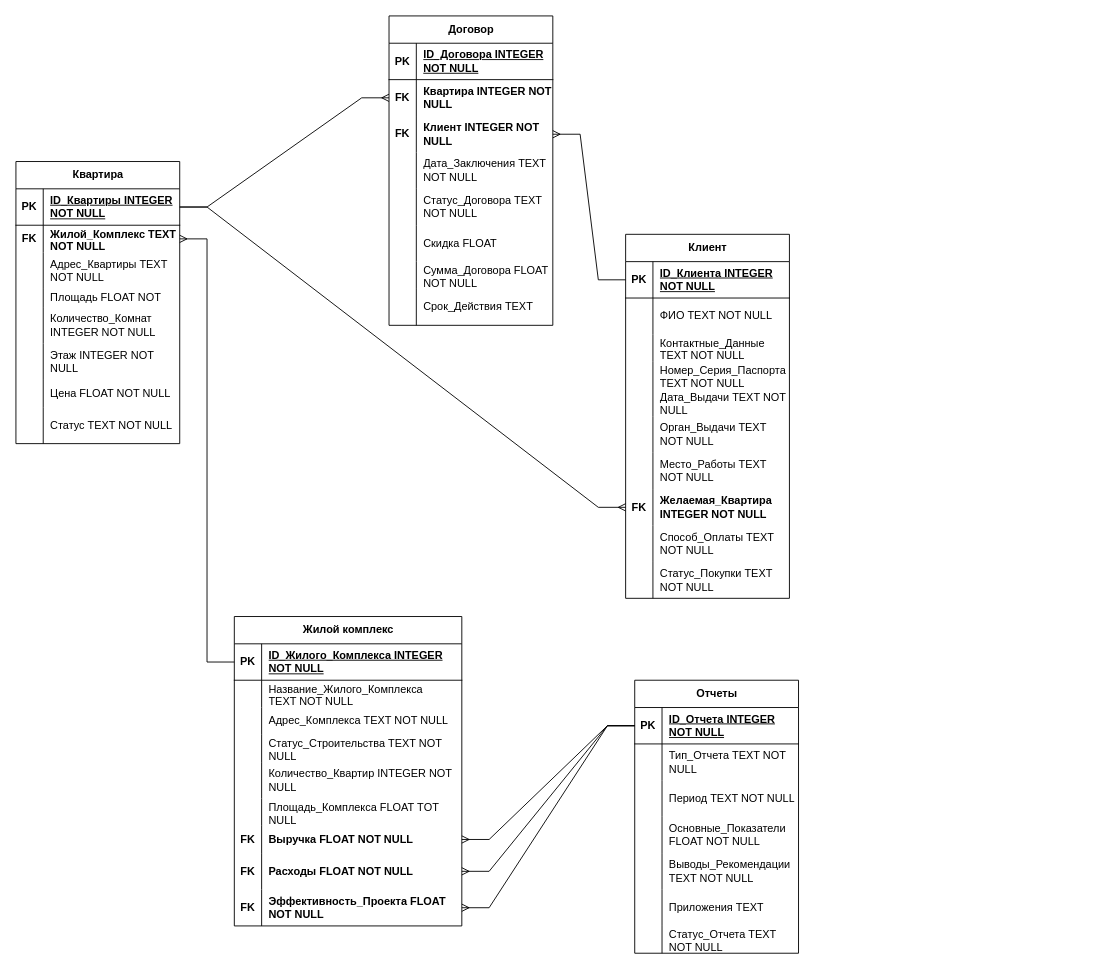
Before: ER_Продажи_KRYUKOV_SAVELIY.drawio in half-crazyyy/DBMS_MIPT, a draw.io diagram. Source tidied: cells renumbered, new cells numbered last; positions are measured from the earlier drawing's top-left corner, leaving out a move shared by most shapes. Both pictures are drawn from the tidied source at 91%, with x=0, y=0 at pixel (15, 15).
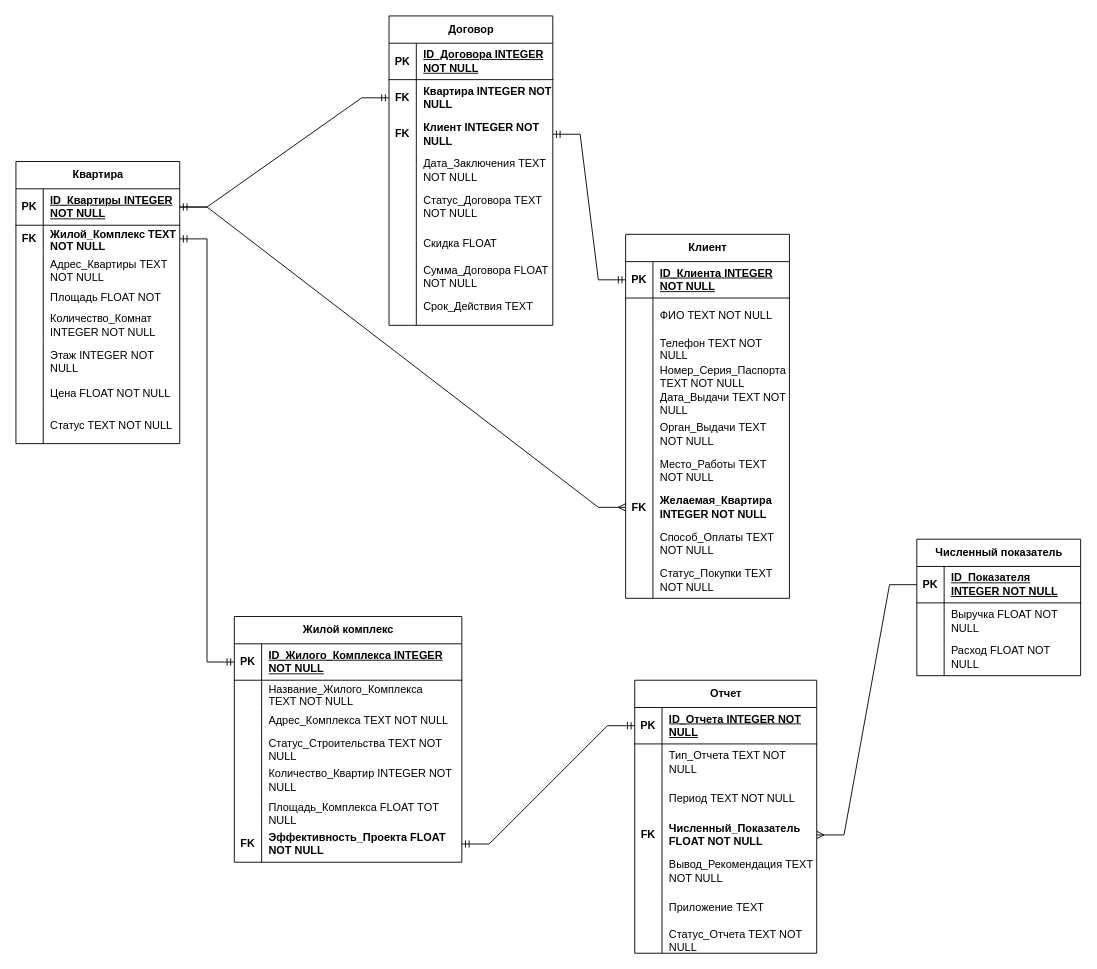
After the change.

Commit message (it also covers changes not shown here):
fixed Documentation to project and ER diagramm, added 16 problems on SQL

Unchanged cells that the change refers to:
```xml
<mxCell id="3" style="shape=tableRow;horizontal=0;startSize=0;swimlaneHead=0;swimlaneBody=0;fillColor=none;points=[[0,0.5],[1,0.5]];portConstraint=eastwest;top=0;left=0;right=0;bottom=1;" parent="2" vertex="1">
  <mxGeometry y="30" width="180" height="40" as="geometry" />
</mxCell>
<mxCell id="6" style="shape=tableRow;horizontal=0;startSize=0;swimlaneHead=0;swimlaneBody=0;fillColor=none;points=[[0,0.5],[1,0.5]];portConstraint=eastwest;top=0;left=0;right=0;bottom=0;" parent="2" vertex="1">
  <mxGeometry y="70" width="180" height="30" as="geometry" />
</mxCell>
<mxCell id="28" style="shape=tableRow;horizontal=0;startSize=0;swimlaneHead=0;swimlaneBody=0;fillColor=none;points=[[0,0.5],[1,0.5]];portConstraint=eastwest;top=0;left=0;right=0;bottom=1;" parent="27" vertex="1">
  <mxGeometry y="30" width="180" height="40" as="geometry" />
</mxCell>
<mxCell id="34" style="shape=tableRow;horizontal=0;startSize=0;swimlaneHead=0;swimlaneBody=0;fillColor=none;top=0;left=0;right=0;bottom=0;" parent="27" vertex="1">
  <mxGeometry y="110" width="180" height="30" as="geometry" />
</mxCell>
<mxCell id="49" style="shape=tableRow;horizontal=0;startSize=0;swimlaneHead=0;swimlaneBody=0;fillColor=none;points=[[0,0.5],[1,0.5]];portConstraint=eastwest;top=0;left=0;right=0;bottom=0;" parent="27" vertex="1">
  <mxGeometry y="280" width="180" height="40" as="geometry" />
</mxCell>
<mxCell id="81" style="shape=tableRow;horizontal=0;startSize=0;swimlaneHead=0;swimlaneBody=0;fillColor=none;points=[[0,0.5],[1,0.5]];portConstraint=eastwest;top=0;left=0;right=0;bottom=1;" parent="80" vertex="1">
  <mxGeometry y="30" width="250" height="40" as="geometry" />
</mxCell>
<mxCell id="112" style="shape=tableRow;horizontal=0;startSize=0;swimlaneHead=0;swimlaneBody=0;fillColor=none;points=[[0,0.5],[1,0.5]];portConstraint=eastwest;top=0;left=0;right=0;bottom=0;" parent="108" vertex="1">
  <mxGeometry y="70" width="180" height="40" as="geometry" />
</mxCell>
<mxCell id="115" style="shape=tableRow;horizontal=0;startSize=0;swimlaneHead=0;swimlaneBody=0;fillColor=none;points=[[0,0.5],[1,0.5]];portConstraint=eastwest;top=0;left=0;right=0;bottom=0;" parent="108" vertex="1">
  <mxGeometry y="110" width="180" height="40" as="geometry" />
</mxCell>
```

What changed in the source:
```diff
@@
-    <mxCell id="36" value="&lt;span style=&quot;font-weight: 400;&quot;&gt;Контактные_Данные TEXT NOT NULL&amp;nbsp;&lt;/span&gt;" style="shape=partialRectangle;fillColor=none;top=0;left=0;bottom=0;right=0;align=left;spacingLeft=6;overflow=hidden;whiteSpace=wrap;html=1;fontStyle=1;" parent="34" vertex="1">
+    <mxCell id="36" value="&lt;span style=&quot;font-weight: 400;&quot;&gt;Телефон TEXT NOT NULL&amp;nbsp;&lt;/span&gt;" style="shape=partialRectangle;fillColor=none;top=0;left=0;bottom=0;right=0;align=left;spacingLeft=6;overflow=hidden;whiteSpace=wrap;html=1;fontStyle=1;" parent="34" vertex="1">
       <mxGeometry x="30" width="150" height="30" as="geometry" />
     </mxCell>
@@
-    <mxCell id="58" value="Отчеты" style="shape=table;startSize=30;childLayout=tableLayout;rowLines=0;fontStyle=1;align=center;html=1;" parent="1" vertex="1">
-      <mxGeometry x="680" y="730" width="180" height="300" as="geometry" />
+    <mxCell id="58" value="Отчет" style="shape=table;startSize=30;childLayout=tableLayout;rowLines=0;fontStyle=1;align=center;html=1;" parent="1" vertex="1">
+      <mxGeometry x="680" y="730" width="200" height="300" as="geometry" />
     </mxCell>
     <mxCell id="59" style="shape=tableRow;horizontal=0;startSize=0;swimlaneHead=0;swimlaneBody=0;fillColor=none;points=[[0,0.5],[1,0.5]];portConstraint=eastwest;top=0;left=0;right=0;bottom=1;" parent="58" vertex="1">
-      <mxGeometry y="30" width="180" height="40" as="geometry" />
+      <mxGeometry y="30" width="200" height="40" as="geometry" />
     </mxCell>
@@
     <mxCell id="61" value="ID_Отчета INTEGER NOT NULL" style="shape=partialRectangle;fillColor=none;top=0;left=0;bottom=0;right=0;align=left;spacingLeft=6;fontStyle=5;overflow=hidden;whiteSpace=wrap;html=1;" parent="59" vertex="1">
-      <mxGeometry x="30" width="150" height="40" as="geometry" />
+      <mxGeometry x="30" width="170" height="40" as="geometry" />
     </mxCell>
     <mxCell id="62" style="shape=tableRow;horizontal=0;startSize=0;swimlaneHead=0;swimlaneBody=0;fillColor=none;top=0;left=0;right=0;bottom=0;" parent="58" vertex="1">
-      <mxGeometry y="70" width="180" height="40" as="geometry" />
+      <mxGeometry y="70" width="200" height="40" as="geometry" />
     </mxCell>
@@
     <mxCell id="64" value="Тип_Отчета TEXT NOT NULL" style="shape=partialRectangle;fillColor=none;top=0;left=0;bottom=0;right=0;align=left;spacingLeft=6;overflow=hidden;whiteSpace=wrap;html=1;fontStyle=0;" parent="62" vertex="1">
-      <mxGeometry x="30" width="150" height="40" as="geometry" />
+      <mxGeometry x="30" width="170" height="40" as="geometry" />
     </mxCell>
     <mxCell id="65" style="shape=tableRow;horizontal=0;startSize=0;swimlaneHead=0;swimlaneBody=0;fillColor=none;top=0;left=0;right=0;bottom=0;" parent="58" vertex="1">
-      <mxGeometry y="110" width="180" height="40" as="geometry" />
+      <mxGeometry y="110" width="200" height="40" as="geometry" />
     </mxCell>
@@
     <mxCell id="67" value="&lt;span style=&quot;font-weight: 400;&quot;&gt;Период TEXT NOT NULL&lt;/span&gt;" style="shape=partialRectangle;fillColor=none;top=0;left=0;bottom=0;right=0;align=left;spacingLeft=6;overflow=hidden;whiteSpace=wrap;html=1;fontStyle=1;" parent="65" vertex="1">
-      <mxGeometry x="30" width="150" height="40" as="geometry" />
+      <mxGeometry x="30" width="170" height="40" as="geometry" />
     </mxCell>
     <mxCell id="68" style="shape=tableRow;horizontal=0;startSize=0;swimlaneHead=0;swimlaneBody=0;fillColor=none;points=[[0,0.5],[1,0.5]];portConstraint=eastwest;top=0;left=0;right=0;bottom=0;" parent="58" vertex="1">
-      <mxGeometry y="150" width="180" height="40" as="geometry" />
+      <mxGeometry y="150" width="200" height="40" as="geometry" />
     </mxCell>
-    <mxCell id="69" style="shape=partialRectangle;fillColor=none;top=0;left=0;bottom=0;right=0;overflow=hidden;whiteSpace=wrap;html=1;" parent="68" vertex="1">
+    <mxCell id="69" value="FK" style="shape=partialRectangle;fillColor=none;top=0;left=0;bottom=0;right=0;overflow=hidden;whiteSpace=wrap;html=1;fontStyle=1;" parent="68" vertex="1">
       <mxGeometry width="30" height="40" as="geometry" />
     </mxCell>
-    <mxCell id="70" value="&lt;span&gt;Основные_Показатели FLOAT NOT NULL&lt;/span&gt;" style="shape=partialRectangle;fillColor=none;top=0;left=0;bottom=0;right=0;align=left;spacingLeft=6;overflow=hidden;whiteSpace=wrap;html=1;fontStyle=0;" parent="68" vertex="1">
-      <mxGeometry x="30" width="150" height="40" as="geometry" />
+    <mxCell id="70" value="&lt;span&gt;Численный_Показатель FLOAT NOT NULL&lt;/span&gt;" style="shape=partialRectangle;fillColor=none;top=0;left=0;bottom=0;right=0;align=left;spacingLeft=6;overflow=hidden;whiteSpace=wrap;html=1;fontStyle=1;" parent="68" vertex="1">
+      <mxGeometry x="30" width="170" height="40" as="geometry" />
     </mxCell>
     <mxCell id="71" style="shape=tableRow;horizontal=0;startSize=0;swimlaneHead=0;swimlaneBody=0;fillColor=none;top=0;left=0;right=0;bottom=0;" parent="58" vertex="1">
-      <mxGeometry y="190" width="180" height="40" as="geometry" />
+      <mxGeometry y="190" width="200" height="40" as="geometry" />
     </mxCell>
@@
-    <mxCell id="73" value="Выводы_Рекомендации TEXT NOT NULL" style="shape=partialRectangle;fillColor=none;top=0;left=0;bottom=0;right=0;align=left;spacingLeft=6;overflow=hidden;whiteSpace=wrap;html=1;" parent="71" vertex="1">
-      <mxGeometry x="30" width="150" height="40" as="geometry" />
+    <mxCell id="73" value="Вывод_Рекомендация TEXT NOT NULL" style="shape=partialRectangle;fillColor=none;top=0;left=0;bottom=0;right=0;align=left;spacingLeft=6;overflow=hidden;whiteSpace=wrap;html=1;" parent="71" vertex="1">
+      <mxGeometry x="30" width="170" height="40" as="geometry" />
     </mxCell>
     <mxCell id="74" style="shape=tableRow;horizontal=0;startSize=0;swimlaneHead=0;swimlaneBody=0;fillColor=none;top=0;left=0;right=0;bottom=0;" parent="58" vertex="1">
-      <mxGeometry y="230" width="180" height="40" as="geometry" />
+      <mxGeometry y="230" width="200" height="40" as="geometry" />
     </mxCell>
@@
-    <mxCell id="76" value="Приложения TEXT" style="shape=partialRectangle;fillColor=none;top=0;left=0;bottom=0;right=0;align=left;spacingLeft=6;overflow=hidden;whiteSpace=wrap;html=1;" parent="74" vertex="1">
-      <mxGeometry x="30" width="150" height="40" as="geometry" />
+    <mxCell id="76" value="Приложение TEXT" style="shape=partialRectangle;fillColor=none;top=0;left=0;bottom=0;right=0;align=left;spacingLeft=6;overflow=hidden;whiteSpace=wrap;html=1;" parent="74" vertex="1">
+      <mxGeometry x="30" width="170" height="40" as="geometry" />
     </mxCell>
     <mxCell id="77" style="shape=tableRow;horizontal=0;startSize=0;swimlaneHead=0;swimlaneBody=0;fillColor=none;top=0;left=0;right=0;bottom=0;" parent="58" vertex="1">
-      <mxGeometry y="270" width="180" height="30" as="geometry" />
+      <mxGeometry y="270" width="200" height="30" as="geometry" />
     </mxCell>
@@
     <mxCell id="79" value="Статус_Отчета TEXT NOT NULL" style="shape=partialRectangle;fillColor=none;top=0;left=0;bottom=0;right=0;align=left;spacingLeft=6;overflow=hidden;whiteSpace=wrap;html=1;" parent="77" vertex="1">
-      <mxGeometry x="30" width="150" height="30" as="geometry" />
+      <mxGeometry x="30" width="170" height="30" as="geometry" />
     </mxCell>
     <mxCell id="80" value="Жилой комплекс" style="shape=table;startSize=30;childLayout=tableLayout;rowLines=0;fontStyle=1;align=center;html=1;" parent="1" vertex="1">
-      <mxGeometry x="240" y="660" width="250" height="340" as="geometry" />
+      <mxGeometry x="240" y="660" width="250" height="270" as="geometry" />
     </mxCell>
@@
-    <mxCell id="99" style="shape=tableRow;horizontal=0;startSize=0;swimlaneHead=0;swimlaneBody=0;fillColor=none;points=[[0,0.5],[1,0.5]];portConstraint=eastwest;top=0;left=0;right=0;bottom=0;" parent="80" vertex="1">
-      <mxGeometry y="230" width="250" height="30" as="geometry" />
-    </mxCell>
-    <mxCell id="100" value="FK" style="shape=partialRectangle;fillColor=none;top=0;left=0;bottom=0;right=0;overflow=hidden;whiteSpace=wrap;html=1;fontStyle=1;" parent="99" vertex="1">
-      <mxGeometry width="30" height="30" as="geometry" />
-    </mxCell>
-    <mxCell id="101" value="Выручка FLOAT NOT NULL" style="shape=partialRectangle;fillColor=none;top=0;left=0;bottom=0;right=0;align=left;spacingLeft=6;overflow=hidden;whiteSpace=wrap;html=1;fontStyle=1;" parent="99" vertex="1">
-      <mxGeometry x="30" width="220" height="30" as="geometry" />
-    </mxCell>
-    <mxCell id="102" style="shape=tableRow;horizontal=0;startSize=0;swimlaneHead=0;swimlaneBody=0;fillColor=none;points=[[0,0.5],[1,0.5]];portConstraint=eastwest;top=0;left=0;right=0;bottom=0;" parent="80" vertex="1">
-      <mxGeometry y="260" width="250" height="40" as="geometry" />
-    </mxCell>
-    <mxCell id="103" value="FK" style="shape=partialRectangle;fillColor=none;top=0;left=0;bottom=0;right=0;overflow=hidden;whiteSpace=wrap;html=1;fontStyle=1;" parent="102" vertex="1">
-      <mxGeometry width="30" height="40" as="geometry" />
-    </mxCell>
-    <mxCell id="104" value="Расходы FLOAT NOT NULL" style="shape=partialRectangle;fillColor=none;top=0;left=0;bottom=0;right=0;align=left;spacingLeft=6;overflow=hidden;whiteSpace=wrap;html=1;fontStyle=1;" parent="102" vertex="1">
-      <mxGeometry x="30" width="220" height="40" as="geometry" />
-    </mxCell>
     <mxCell id="105" style="shape=tableRow;horizontal=0;startSize=0;swimlaneHead=0;swimlaneBody=0;fillColor=none;points=[[0,0.5],[1,0.5]];portConstraint=eastwest;top=0;left=0;right=0;bottom=0;" parent="80" vertex="1">
-      <mxGeometry y="300" width="250" height="40" as="geometry" />
+      <mxGeometry y="230" width="250" height="40" as="geometry" />
     </mxCell>
@@
+    <mxCell id="139" style="edgeStyle=entityRelationEdgeStyle;fontSize=12;html=1;endArrow=ERmany;rounded=0;exitX=1;exitY=0.5;exitDx=0;exitDy=0;entryX=0;entryY=0.5;entryDx=0;entryDy=0;" parent="1" edge="1" source="3" target="49">
+      <mxGeometry relative="1" as="geometry" />
+    </mxCell>
+    <mxCell id="135" style="edgeStyle=entityRelationEdgeStyle;fontSize=12;html=1;endArrow=ERmandOne;startArrow=ERmandOne;rounded=0;entryX=1;entryY=0.5;entryDx=0;entryDy=0;exitX=0;exitY=0.5;exitDx=0;exitDy=0;" parent="1" edge="1" source="81" target="6">
+      <mxGeometry relative="1" as="geometry" />
+    </mxCell>
-    <mxCell id="133" style="edgeStyle=entityRelationEdgeStyle;fontSize=12;html=1;endArrow=ERmany;rounded=0;exitX=1;exitY=0.5;exitDx=0;exitDy=0;entryX=0;entryY=0.5;entryDx=0;entryDy=0;" parent="1" edge="1" source="3" target="112">
+    <mxCell id="133" style="edgeStyle=entityRelationEdgeStyle;fontSize=12;html=1;endArrow=ERmandOne;startArrow=ERmandOne;rounded=0;exitX=1;exitY=0.5;exitDx=0;exitDy=0;entryX=0;entryY=0.5;entryDx=0;entryDy=0;" parent="1" edge="1" source="3" target="112">
       <mxGeometry relative="1" as="geometry" />
     </mxCell>
-    <mxCell id="134" style="edgeStyle=entityRelationEdgeStyle;fontSize=12;html=1;endArrow=ERmany;rounded=0;exitX=0;exitY=0.5;exitDx=0;exitDy=0;entryX=1;entryY=0.5;entryDx=0;entryDy=0;" parent="1" edge="1" source="28" target="115">
+    <mxCell id="134" style="edgeStyle=entityRelationEdgeStyle;fontSize=12;html=1;endArrow=ERmandOne;startArrow=ERmandOne;rounded=0;entryX=1;entryY=0.5;entryDx=0;entryDy=0;exitX=0;exitY=0.5;exitDx=0;exitDy=0;" parent="1" edge="1" source="28" target="115">
       <mxGeometry relative="1" as="geometry" />
     </mxCell>
-    <mxCell id="135" style="edgeStyle=entityRelationEdgeStyle;fontSize=12;html=1;endArrow=ERmany;rounded=0;exitX=0;exitY=0.5;exitDx=0;exitDy=0;entryX=1;entryY=0.5;entryDx=0;entryDy=0;" parent="1" edge="1" source="81" target="6">
-      <mxGeometry relative="1" as="geometry" />
-    </mxCell>
-    <mxCell id="136" style="edgeStyle=entityRelationEdgeStyle;fontSize=12;html=1;endArrow=ERmany;rounded=0;exitX=0;exitY=0.5;exitDx=0;exitDy=0;entryX=1;entryY=0.5;entryDx=0;entryDy=0;" parent="1" edge="1" source="59" target="99">
-      <mxGeometry relative="1" as="geometry" />
-    </mxCell>
-    <mxCell id="137" style="edgeStyle=entityRelationEdgeStyle;fontSize=12;html=1;endArrow=ERmany;rounded=0;entryX=1;entryY=0.5;entryDx=0;entryDy=0;exitX=0;exitY=0.5;exitDx=0;exitDy=0;" parent="1" edge="1" source="59" target="102">
-      <mxGeometry relative="1" as="geometry" />
-    </mxCell>
-    <mxCell id="138" style="edgeStyle=entityRelationEdgeStyle;fontSize=12;html=1;endArrow=ERmany;rounded=0;entryX=1;entryY=0.5;entryDx=0;entryDy=0;exitX=0;exitY=0.5;exitDx=0;exitDy=0;" parent="1" edge="1" source="59" target="105">
-      <mxGeometry relative="1" as="geometry" />
-    </mxCell>
-    <mxCell id="139" style="edgeStyle=entityRelationEdgeStyle;fontSize=12;html=1;endArrow=ERmany;rounded=0;exitX=1;exitY=0.5;exitDx=0;exitDy=0;entryX=0;entryY=0.5;entryDx=0;entryDy=0;" parent="1" edge="1" source="3" target="49">
-      <mxGeometry relative="1" as="geometry" />
-    </mxCell>
+    <mxCell id="140" value="Численный показатель" style="shape=table;startSize=30;childLayout=tableLayout;rowLines=0;fontStyle=1;align=center;html=1;" parent="1" vertex="1">
+      <mxGeometry x="990" y="575" width="180" height="150" as="geometry" />
+    </mxCell>
+    <mxCell id="141" style="shape=tableRow;horizontal=0;startSize=0;swimlaneHead=0;swimlaneBody=0;fillColor=none;points=[[0,0.5],[1,0.5]];portConstraint=eastwest;top=0;left=0;right=0;bottom=1;" parent="140" vertex="1">
+      <mxGeometry y="30" width="180" height="40" as="geometry" />
+    </mxCell>
+    <mxCell id="142" value="PK" style="shape=partialRectangle;fillColor=none;top=0;left=0;bottom=0;right=0;fontStyle=1;overflow=hidden;whiteSpace=wrap;html=1;" parent="141" vertex="1">
+      <mxGeometry width="30" height="40" as="geometry" />
+    </mxCell>
+    <mxCell id="143" value="ID_Показателя INTEGER NOT NULL" style="shape=partialRectangle;fillColor=none;top=0;left=0;bottom=0;right=0;align=left;spacingLeft=6;fontStyle=5;overflow=hidden;whiteSpace=wrap;html=1;" parent="141" vertex="1">
+      <mxGeometry x="30" width="150" height="40" as="geometry" />
+    </mxCell>
+    <mxCell id="144" style="shape=tableRow;horizontal=0;startSize=0;swimlaneHead=0;swimlaneBody=0;fillColor=none;top=0;left=0;right=0;bottom=0;" parent="140" vertex="1">
+      <mxGeometry y="70" width="180" height="40" as="geometry" />
+    </mxCell>
+    <mxCell id="145" style="shape=partialRectangle;fillColor=none;top=0;left=0;bottom=0;right=0;overflow=hidden;whiteSpace=wrap;html=1;fontStyle=1;" parent="144" vertex="1">
+      <mxGeometry width="30" height="40" as="geometry" />
+    </mxCell>
+    <mxCell id="101" value="Выручка FLOAT NOT NULL" style="shape=partialRectangle;fillColor=none;top=0;left=0;bottom=0;right=0;align=left;spacingLeft=6;overflow=hidden;whiteSpace=wrap;html=1;fontStyle=0;" parent="144" vertex="1">
+      <mxGeometry x="30" width="150" height="40" as="geometry" />
+    </mxCell>
+    <mxCell id="146" style="shape=tableRow;horizontal=0;startSize=0;swimlaneHead=0;swimlaneBody=0;fillColor=none;top=0;left=0;right=0;bottom=0;" parent="140" vertex="1">
+      <mxGeometry y="110" width="180" height="40" as="geometry" />
+    </mxCell>
+    <mxCell id="147" style="shape=partialRectangle;fillColor=none;top=0;left=0;bottom=0;right=0;overflow=hidden;whiteSpace=wrap;html=1;fontStyle=1;" parent="146" vertex="1">
+      <mxGeometry width="30" height="40" as="geometry" />
+    </mxCell>
+    <mxCell id="148" value="&lt;span style=&quot;font-weight: normal;&quot;&gt;Расход FLOAT NOT NULL&lt;/span&gt;" style="shape=partialRectangle;fillColor=none;top=0;left=0;bottom=0;right=0;align=left;spacingLeft=6;overflow=hidden;whiteSpace=wrap;html=1;fontStyle=1;" parent="146" vertex="1">
+      <mxGeometry x="30" width="150" height="40" as="geometry" />
+    </mxCell>
+    <mxCell id="149" style="edgeStyle=entityRelationEdgeStyle;fontSize=12;html=1;endArrow=ERmandOne;startArrow=ERmandOne;rounded=0;entryX=0;entryY=0.5;entryDx=0;entryDy=0;exitX=1;exitY=0.5;exitDx=0;exitDy=0;" parent="1" edge="1" source="105" target="59">
+      <mxGeometry relative="1" as="geometry" />
+    </mxCell>
+    <mxCell id="150" style="edgeStyle=entityRelationEdgeStyle;fontSize=12;html=1;endArrow=ERmany;rounded=0;exitX=0;exitY=0.5;exitDx=0;exitDy=0;entryX=1;entryY=0.5;entryDx=0;entryDy=0;" parent="1" edge="1" source="141" target="68">
+      <mxGeometry relative="1" as="geometry" />
+    </mxCell>
```
